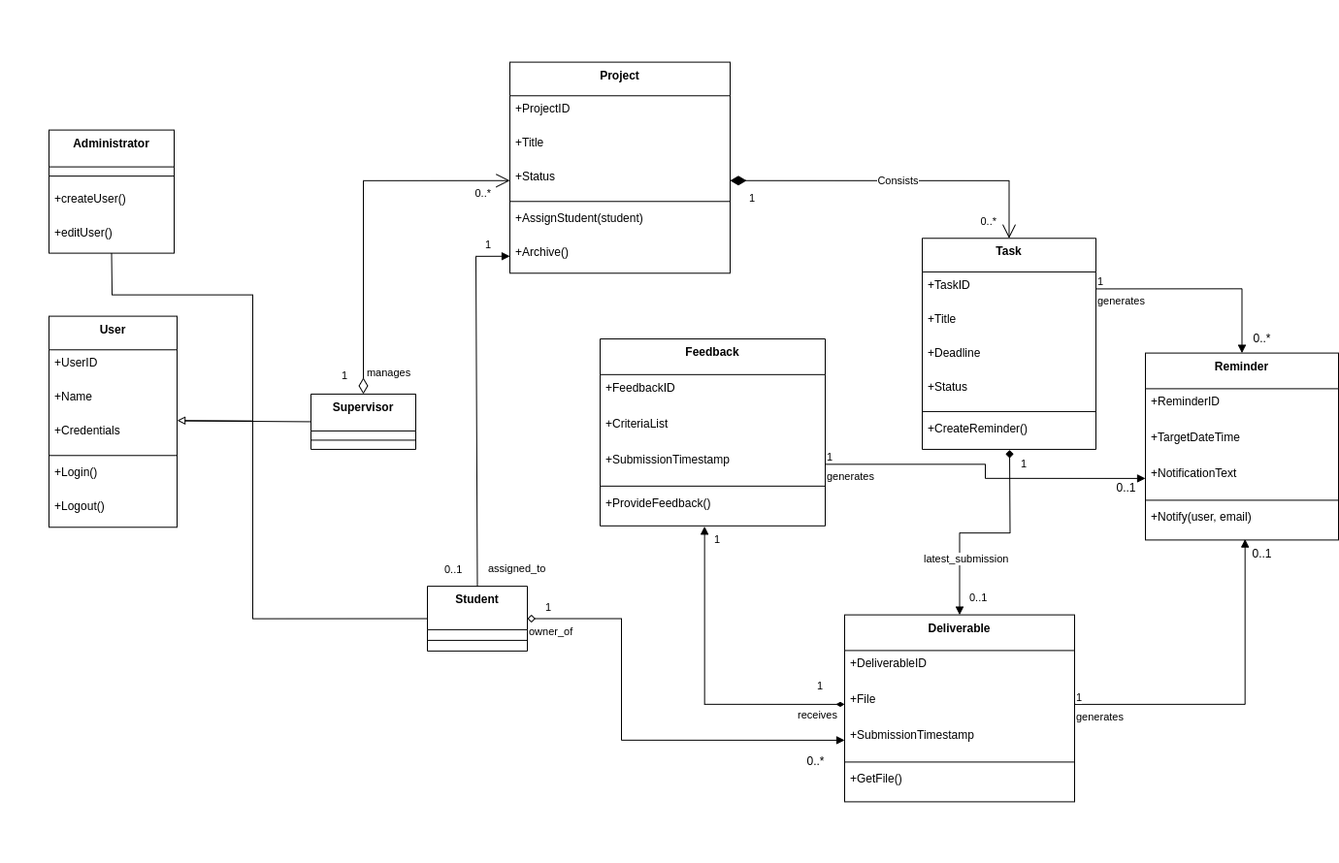
Beginner50/Dissertation keeps this draw.io diagram as UML/Project & Deliverable Management Class Diagram.drawio.png. Above is the earlier version. Source tidied: cells renumbered, new cells last; positions are measured from the earlier drawing's top-left corner, leaving out a move shared by most shapes.
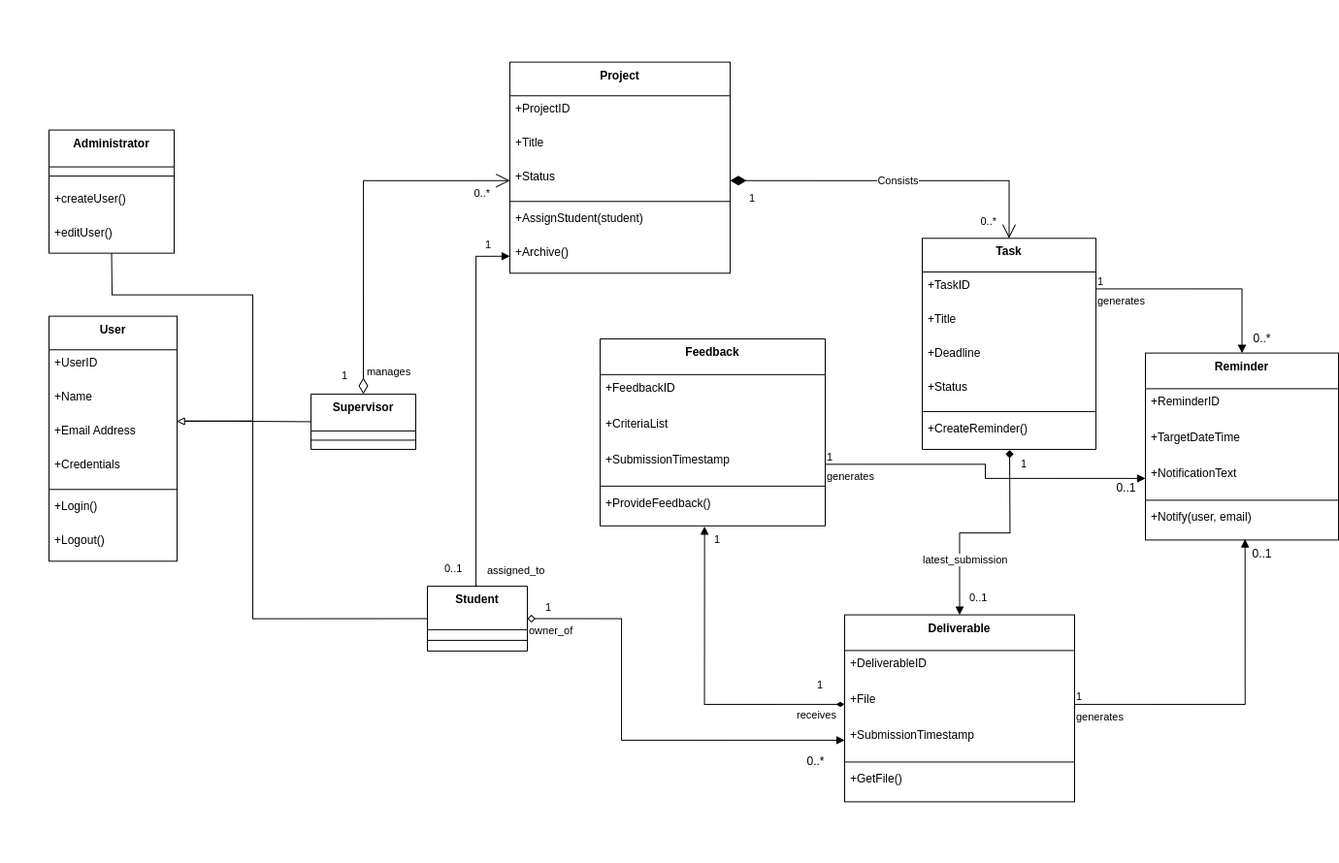
The same file after the commit.

Change to the diagram source:
```diff
@@ -6,7 +6,7 @@
       <mxGeometry width="30" height="890" as="geometry" />
     </mxCell>
     <mxCell id="3" value="User" style="swimlane;fontStyle=1;align=center;verticalAlign=top;horizontal=1;startSize=34.666666666666664;" parent="1" vertex="1">
-      <mxGeometry x="50" y="325.6" width="132" height="217.7" as="geometry" />
+      <mxGeometry x="50" y="325.6" width="132" height="252.7" as="geometry" />
     </mxCell>
     <mxCell id="4" value="+UserID" style="text;strokeColor=none;fillColor=none;align=left;verticalAlign=top;spacingLeft=4;spacingRight=4;overflow=hidden;" parent="3" vertex="1">
       <mxGeometry y="34.7" width="132" height="35" as="geometry" />
@@ -14,17 +14,20 @@
     <mxCell id="5" value="+Name" style="text;strokeColor=none;fillColor=none;align=left;verticalAlign=top;spacingLeft=4;spacingRight=4;overflow=hidden;" parent="3" vertex="1">
       <mxGeometry y="69.7" width="132" height="35" as="geometry" />
     </mxCell>
+    <mxCell id="81" value="+Email Address" style="text;strokeColor=none;fillColor=none;align=left;verticalAlign=top;spacingLeft=4;spacingRight=4;overflow=hidden;points=[[0,0.5],[1,0.5]];portConstraint=eastwest;" parent="3" vertex="1">
+      <mxGeometry y="104.7" width="132" height="35" as="geometry" />
+    </mxCell>
     <mxCell id="6" value="+Credentials" style="text;strokeColor=none;fillColor=none;align=left;verticalAlign=top;spacingLeft=4;spacingRight=4;overflow=hidden;points=[[0,0.5],[1,0.5]];portConstraint=eastwest;" parent="3" vertex="1">
-      <mxGeometry y="104.7" width="132" height="35" as="geometry" />
+      <mxGeometry y="139.7" width="132" height="35" as="geometry" />
     </mxCell>
     <mxCell id="7" style="line;strokeWidth=1;fillColor=none;align=left;verticalAlign=middle;spacingTop=-1;spacingLeft=3;spacingRight=3;labelPosition=right;strokeColor=inherit;" parent="3" vertex="1">
-      <mxGeometry y="139.7" width="132" height="8" as="geometry" />
+      <mxGeometry y="174.7" width="132" height="8" as="geometry" />
     </mxCell>
     <mxCell id="8" value="+Login()" style="text;strokeColor=none;fillColor=none;align=left;verticalAlign=top;spacingLeft=4;spacingRight=4;overflow=hidden;" parent="3" vertex="1">
-      <mxGeometry y="147.7" width="132" height="35" as="geometry" />
+      <mxGeometry y="182.7" width="132" height="35" as="geometry" />
     </mxCell>
     <mxCell id="9" value="+Logout()" style="text;strokeColor=none;fillColor=none;align=left;verticalAlign=top;spacingLeft=4;spacingRight=4;overflow=hidden;" parent="3" vertex="1">
-      <mxGeometry y="182.7" width="132" height="35" as="geometry" />
+      <mxGeometry y="217.7" width="132" height="35" as="geometry" />
     </mxCell>
     <mxCell id="10" value="Administrator" style="swimlane;fontStyle=1;align=center;verticalAlign=top;horizontal=1;startSize=38;" parent="1" vertex="1">
       <mxGeometry x="50" y="133.6" width="129" height="127" as="geometry" />
@@ -97,7 +100,7 @@
         <mxPoint x="190" y="433.6" as="sourcePoint" />
       </mxGeometry>
     </mxCell>
-    <mxCell id="33" style="endArrow=none;html=1;rounded=0;startArrow=block;startFill=0;entryX=0.5;entryY=1;entryDx=0;entryDy=0;exitX=1.001;exitY=0.083;exitDx=0;exitDy=0;exitPerimeter=0;" parent="1" edge="1" source="6" target="10">
+    <mxCell id="33" style="endArrow=none;html=1;rounded=0;startArrow=block;startFill=0;entryX=0.5;entryY=1;entryDx=0;entryDy=0;exitX=0.997;exitY=0.107;exitDx=0;exitDy=0;exitPerimeter=0;" parent="1" edge="1" source="81" target="10">
       <mxGeometry relative="1" as="geometry">
         <Array as="points">
           <mxPoint x="260" y="433.6" />
```
